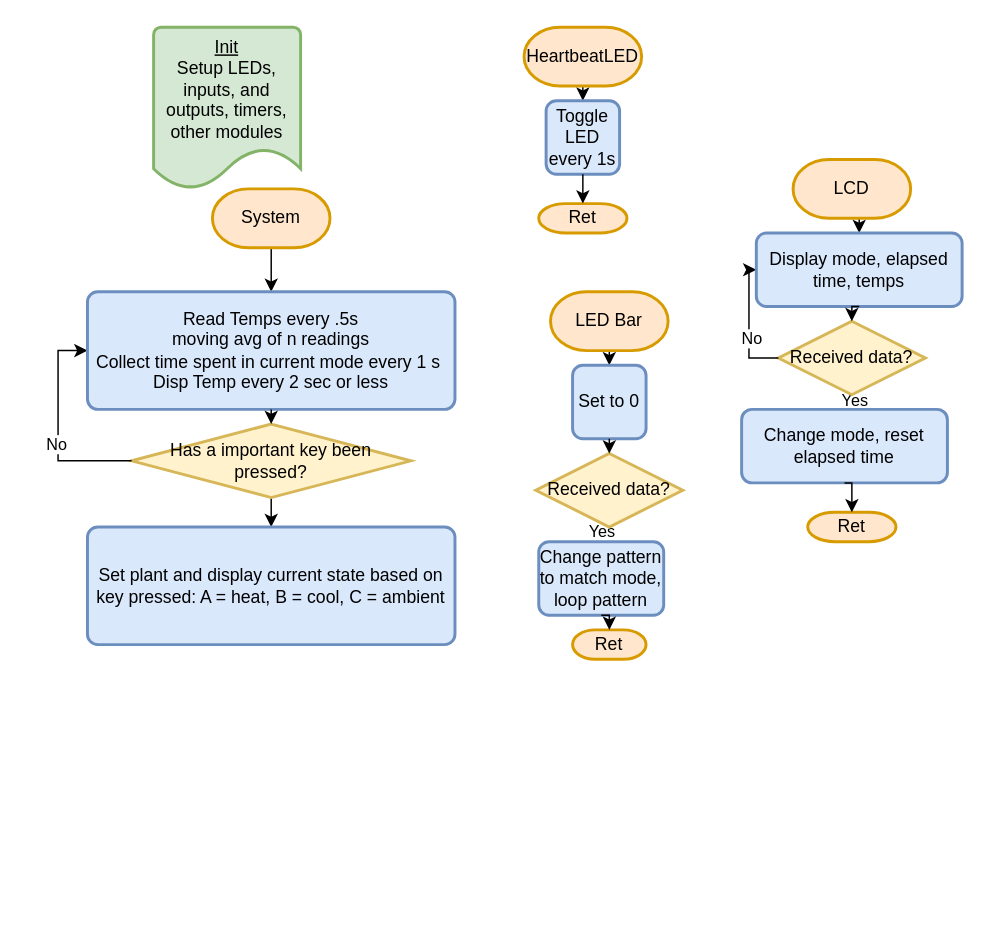
msu-eele-465/project6-erik-ruby keeps this draw.io diagram as page "Flowchart" (1 of 3) of docs/planning/Project6Charts.drawio. Above is the earlier version. Source tidied: cells renumbered, new cells numbered last; positions are measured from the earlier drawing's top-left corner, leaving out a move shared by most shapes. Both pictures are drawn from the tidied source at 147%, with x=0, y=0 at pixel (87, 26).
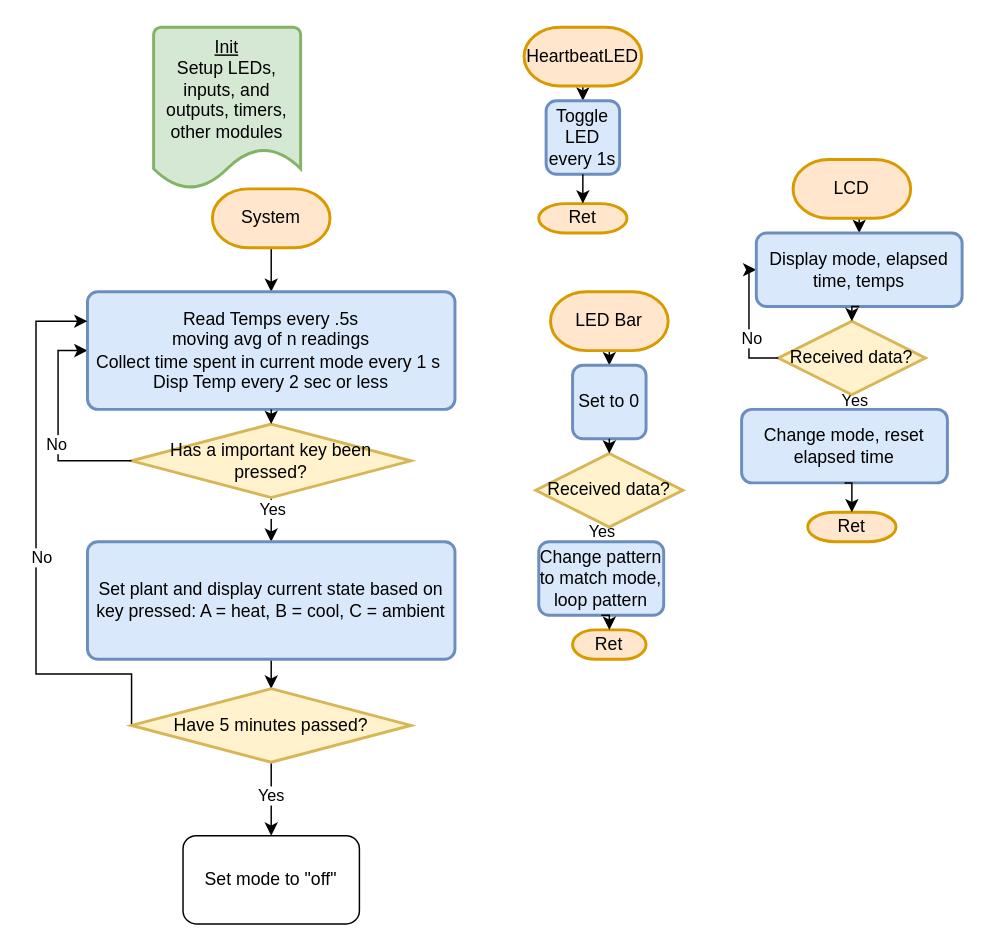
Above is the later version.

Unchanged cells that the change refers to:
```xml
<mxCell id="11" value="Has a important key been pressed?" style="strokeWidth=2;html=1;shape=mxgraph.flowchart.decision;whiteSpace=wrap;fillColor=#fff2cc;strokeColor=#d6b656;" parent="1" vertex="1">
  <mxGeometry x="30" y="270" width="190" height="50" as="geometry" />
</mxCell>
<mxCell id="14" value="&lt;div&gt;Read Temps every .5s&lt;/div&gt;&lt;div&gt;moving avg of n readings&lt;/div&gt;&lt;div&gt;Collect time spent in current mode every 1 s&amp;nbsp;&lt;/div&gt;&lt;div&gt;Disp Temp every 2 sec or less&lt;/div&gt;" style="rounded=1;whiteSpace=wrap;html=1;absoluteArcSize=1;arcSize=14;strokeWidth=2;fillColor=#dae8fc;strokeColor=#6c8ebf;" parent="1" vertex="1">
  <mxGeometry y="180" width="250" height="80" as="geometry" />
</mxCell>
```

Diff of the diagram source:
```diff
@@
-    <mxCell id="10" style="edgeStyle=orthogonalEdgeStyle;rounded=0;jettySize=auto;html=1;exitX=0.5;exitY=1;exitDx=0;exitDy=0;exitPerimeter=0;entryX=0.5;entryY=0;entryDx=0;entryDy=0;" parent="1" edge="1" source="11">
-      <mxGeometry relative="1" as="geometry">
-        <mxPoint x="125" y="340" as="targetPoint" />
-      </mxGeometry>
-    </mxCell>
+    <mxCell id="38" style="edgeStyle=orthogonalEdgeStyle;rounded=0;jettySize=auto;html=1;" parent="1" edge="1" source="11" target="37">
+      <mxGeometry relative="1" as="geometry" />
+    </mxCell>
+    <mxCell id="39" value="Yes" style="edgeLabel;html=1;align=center;verticalAlign=middle;" parent="38" vertex="1">
+      <mxGeometry x="-0.72" relative="1" as="geometry" />
+    </mxCell>
@@
+    <mxCell id="40" style="edgeStyle=orthogonalEdgeStyle;rounded=0;jettySize=auto;html=1;" parent="1" edge="1" source="37" target="45">
+      <mxGeometry relative="1" as="geometry" />
+    </mxCell>
     <mxCell id="37" value="&lt;div&gt;Set plant and display current state based on key pressed: A = heat, B = cool, C = ambient&lt;/div&gt;" style="rounded=1;whiteSpace=wrap;html=1;absoluteArcSize=1;arcSize=14;strokeWidth=2;fillColor=#dae8fc;strokeColor=#6c8ebf;" parent="1" vertex="1">
-      <mxGeometry y="340" width="250" height="80" as="geometry" />
+      <mxGeometry y="350" width="250" height="80" as="geometry" />
     </mxCell>
+    <mxCell id="41" style="edgeStyle=orthogonalEdgeStyle;rounded=0;jettySize=auto;html=1;exitX=0;exitY=0.5;exitDx=0;exitDy=0;exitPerimeter=0;entryX=0;entryY=0.25;entryDx=0;entryDy=0;" parent="1" edge="1" source="45" target="14">
+      <mxGeometry relative="1" as="geometry">
+        <Array as="points">
+          <mxPoint x="30" y="440" />
+          <mxPoint x="-35" y="440" />
+          <mxPoint x="-35" y="200" />
+        </Array>
+      </mxGeometry>
+    </mxCell>
+    <mxCell id="42" value="No" style="edgeLabel;html=1;align=center;verticalAlign=middle;" parent="41" vertex="1">
+      <mxGeometry x="-0.04" y="-3" relative="1" as="geometry" />
+    </mxCell>
+    <mxCell id="43" style="edgeStyle=orthogonalEdgeStyle;rounded=0;jettySize=auto;html=1;exitX=0.5;exitY=1;exitDx=0;exitDy=0;exitPerimeter=0;entryX=0.5;entryY=0;entryDx=0;entryDy=0;" parent="1" edge="1" source="45" target="46">
+      <mxGeometry relative="1" as="geometry" />
+    </mxCell>
+    <mxCell id="44" value="Yes" style="edgeLabel;html=1;align=center;verticalAlign=middle;" parent="43" vertex="1">
+      <mxGeometry x="-0.12" y="-1" relative="1" as="geometry" />
+    </mxCell>
+    <mxCell id="45" value="Have 5 minutes passed?" style="strokeWidth=2;html=1;shape=mxgraph.flowchart.decision;whiteSpace=wrap;fillColor=#fff2cc;strokeColor=#d6b656;" parent="1" vertex="1">
+      <mxGeometry x="30" y="450" width="190" height="50" as="geometry" />
+    </mxCell>
+    <mxCell id="46" value="Set mode to &quot;off&quot;" style="rounded=1;whiteSpace=wrap;html=1;" parent="1" vertex="1">
+      <mxGeometry x="65" y="550" width="120" height="60" as="geometry" />
+    </mxCell>
```
